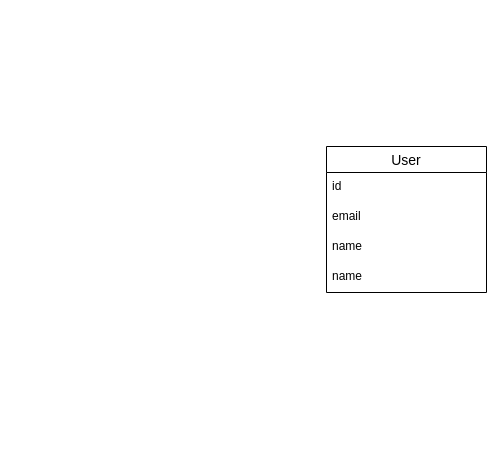
Above: horeca.drawio in Nik68rus/myhoreca (draw.io), before the change. Source tidied: cells renumbered, new cells numbered last; positions are measured from the earlier drawing's top-left corner, leaving out a move shared by most shapes. Both pictures are drawn from the tidied source at 100%, with x=0, y=0 at pixel (326, 146).
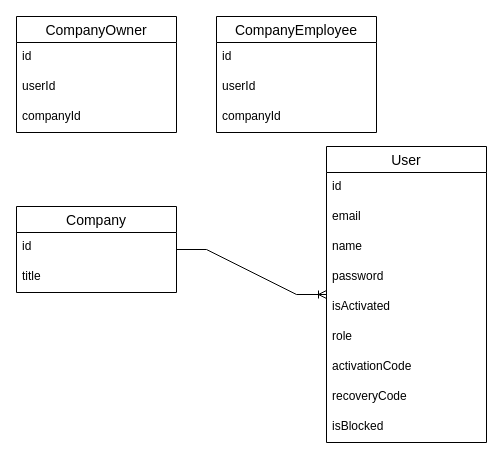
Above is the later version.

Diff of the diagram source:
```diff
@@
     <mxCell id="2" value="User" style="swimlane;fontStyle=0;horizontal=1;startSize=26;align=center;fontSize=14;" parent="1" vertex="1">
-      <mxGeometry width="160" height="146" as="geometry" />
+      <mxGeometry width="160" height="296" as="geometry" />
     </mxCell>
@@
-    <mxCell id="6" value="name" style="text;strokeColor=none;fillColor=none;spacingLeft=4;spacingRight=4;overflow=hidden;fontSize=12;" parent="2" vertex="1">
+    <mxCell id="6" value="password" style="text;strokeColor=none;fillColor=none;spacingLeft=4;spacingRight=4;overflow=hidden;fontSize=12;" parent="2" vertex="1">
       <mxGeometry y="116" width="160" height="30" as="geometry" />
     </mxCell>
+    <mxCell id="7" value="isActivated" style="text;strokeColor=none;fillColor=none;spacingLeft=4;spacingRight=4;overflow=hidden;fontSize=12;" parent="2" vertex="1">
+      <mxGeometry y="146" width="160" height="30" as="geometry" />
+    </mxCell>
+    <mxCell id="8" value="role" style="text;strokeColor=none;fillColor=none;spacingLeft=4;spacingRight=4;overflow=hidden;fontSize=12;" parent="2" vertex="1">
+      <mxGeometry y="176" width="160" height="30" as="geometry" />
+    </mxCell>
+    <mxCell id="9" value="activationCode" style="text;strokeColor=none;fillColor=none;spacingLeft=4;spacingRight=4;overflow=hidden;fontSize=12;" parent="2" vertex="1">
+      <mxGeometry y="206" width="160" height="30" as="geometry" />
+    </mxCell>
+    <mxCell id="10" value="recoveryCode" style="text;strokeColor=none;fillColor=none;spacingLeft=4;spacingRight=4;overflow=hidden;fontSize=12;" parent="2" vertex="1">
+      <mxGeometry y="236" width="160" height="30" as="geometry" />
+    </mxCell>
+    <mxCell id="11" value="isBlocked" style="text;strokeColor=none;fillColor=none;spacingLeft=4;spacingRight=4;overflow=hidden;fontSize=12;" parent="2" vertex="1">
+      <mxGeometry y="266" width="160" height="30" as="geometry" />
+    </mxCell>
+    <mxCell id="12" value="Company" style="swimlane;fontStyle=0;horizontal=1;startSize=26;align=center;fontSize=14;" parent="1" vertex="1">
+      <mxGeometry x="-310" y="60" width="160" height="86" as="geometry" />
+    </mxCell>
+    <mxCell id="13" value="id" style="text;strokeColor=none;fillColor=none;spacingLeft=4;spacingRight=4;overflow=hidden;fontSize=12;" parent="12" vertex="1">
+      <mxGeometry y="26" width="160" height="30" as="geometry" />
+    </mxCell>
+    <mxCell id="14" value="title" style="text;strokeColor=none;fillColor=none;spacingLeft=4;spacingRight=4;overflow=hidden;fontSize=12;" parent="12" vertex="1">
+      <mxGeometry y="56" width="160" height="30" as="geometry" />
+    </mxCell>
+    <mxCell id="15" style="edgeStyle=entityRelationEdgeStyle;fontSize=12;html=1;endArrow=ERoneToMany;rounded=0;" parent="1" edge="1" source="12" target="2">
+      <mxGeometry relative="1" as="geometry" />
+    </mxCell>
+    <mxCell id="16" value="CompanyOwner" style="swimlane;fontStyle=0;horizontal=1;startSize=26;align=center;fontSize=14;" parent="1" vertex="1">
+      <mxGeometry x="-310" y="-130" width="160" height="116" as="geometry" />
+    </mxCell>
+    <mxCell id="17" value="id" style="text;strokeColor=none;fillColor=none;spacingLeft=4;spacingRight=4;overflow=hidden;fontSize=12;" parent="16" vertex="1">
+      <mxGeometry y="26" width="160" height="30" as="geometry" />
+    </mxCell>
+    <mxCell id="18" value="userId" style="text;strokeColor=none;fillColor=none;spacingLeft=4;spacingRight=4;overflow=hidden;fontSize=12;" parent="16" vertex="1">
+      <mxGeometry y="56" width="160" height="30" as="geometry" />
+    </mxCell>
+    <mxCell id="19" value="companyId" style="text;strokeColor=none;fillColor=none;spacingLeft=4;spacingRight=4;overflow=hidden;fontSize=12;" parent="16" vertex="1">
+      <mxGeometry y="86" width="160" height="30" as="geometry" />
+    </mxCell>
+    <mxCell id="20" value="CompanyEmployee" style="swimlane;fontStyle=0;horizontal=1;startSize=26;align=center;fontSize=14;" parent="1" vertex="1">
+      <mxGeometry x="-110" y="-130" width="160" height="116" as="geometry" />
+    </mxCell>
+    <mxCell id="21" value="id" style="text;strokeColor=none;fillColor=none;spacingLeft=4;spacingRight=4;overflow=hidden;fontSize=12;" parent="20" vertex="1">
+      <mxGeometry y="26" width="160" height="30" as="geometry" />
+    </mxCell>
+    <mxCell id="22" value="userId" style="text;strokeColor=none;fillColor=none;spacingLeft=4;spacingRight=4;overflow=hidden;fontSize=12;" parent="20" vertex="1">
+      <mxGeometry y="56" width="160" height="30" as="geometry" />
+    </mxCell>
+    <mxCell id="23" value="companyId" style="text;strokeColor=none;fillColor=none;spacingLeft=4;spacingRight=4;overflow=hidden;fontSize=12;" parent="20" vertex="1">
+      <mxGeometry y="86" width="160" height="30" as="geometry" />
+    </mxCell>
```
